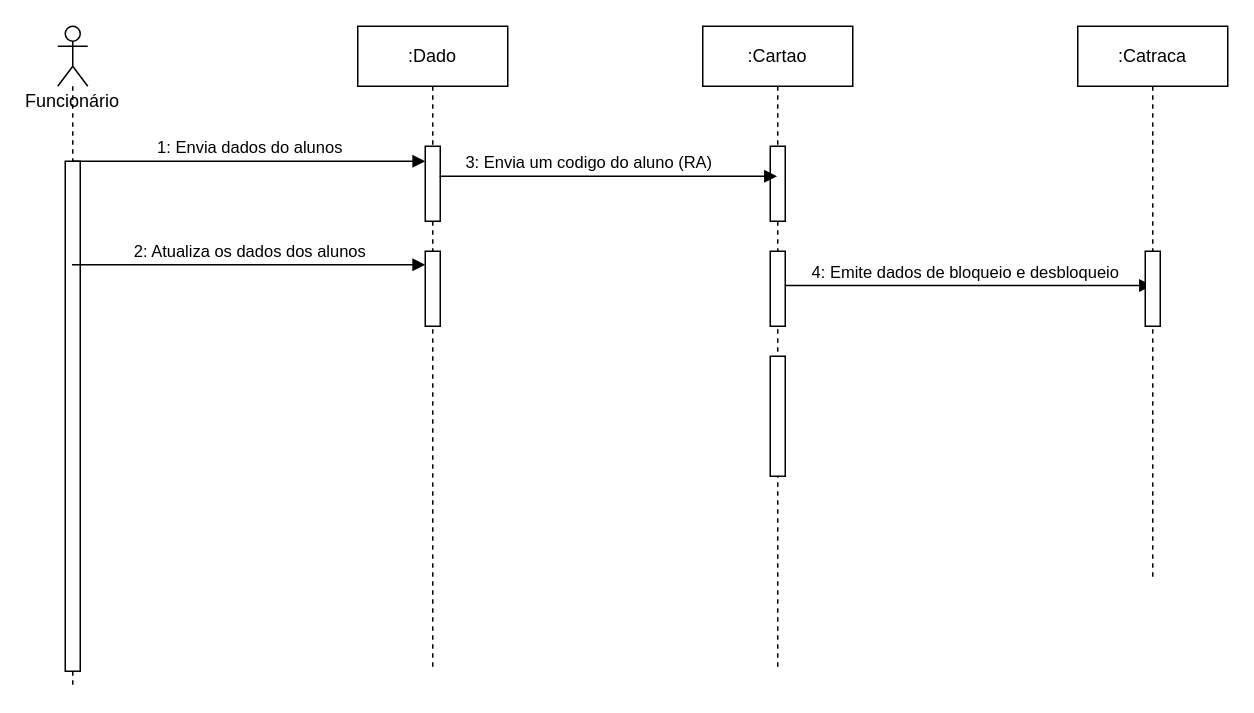
Earlier version of the draw.io diagram AnaliseSistemasII/diagseqcomcatracas.drawio (owlprog-glitch/spiritpro). Source tidied: cells renumbered, new cells numbered last; positions are measured from the earlier drawing's top-left corner, leaving out a move shared by most shapes. Both pictures are drawn from the tidied source at 150%, with x=0, y=0 at pixel (57, 26).
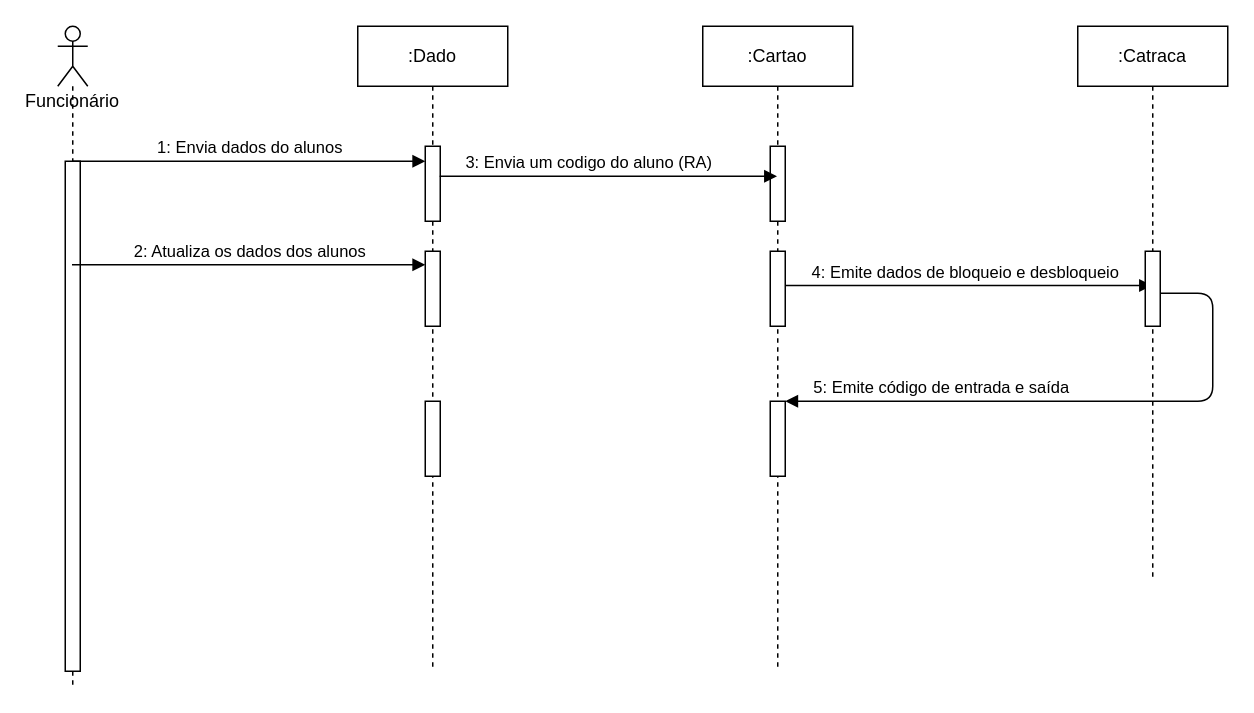
After the change.

The change refers to these unchanged cells:
```xml
<mxCell id="4" value=":Dado" style="shape=umlLifeline;perimeter=lifelinePerimeter;whiteSpace=wrap;html=1;" parent="1" vertex="1">
  <mxGeometry x="200" width="100" height="430" as="geometry" />
</mxCell>
<mxCell id="10" value="&lt;div&gt;:Cartao&lt;/div&gt;" style="shape=umlLifeline;perimeter=lifelinePerimeter;whiteSpace=wrap;html=1;outlineConnect=0;" parent="1" vertex="1">
  <mxGeometry x="430" width="100" height="430" as="geometry" />
</mxCell>
<mxCell id="16" style="html=1;points=[];perimeter=orthogonalPerimeter;" parent="15" vertex="1">
  <mxGeometry x="45" y="150" width="10" height="50" as="geometry" />
</mxCell>
```

What changed in the source:
```diff
@@
+    <mxCell id="17" style="html=1;perimeter=orthogonalPerimeter;" parent="4" vertex="1">
+      <mxGeometry x="45" y="250" width="10" height="50" as="geometry" />
+    </mxCell>
@@
     <mxCell id="13" style="html=1;points=[];perimeter=orthogonalPerimeter;" parent="10" vertex="1">
-      <mxGeometry x="45" y="220" width="10" height="80" as="geometry" />
+      <mxGeometry x="45" y="250" width="10" height="50" as="geometry" />
     </mxCell>
@@
+    <mxCell id="18" value="5: Emite código de entrada e saída" style="html=1;verticalAlign=bottom;endArrow=block;" parent="1" edge="1" source="16" target="13">
+      <mxGeometry x="0.47" relative="1" as="geometry">
+        <Array as="points">
+          <mxPoint x="770" y="178" />
+          <mxPoint x="770" y="250" />
+        </Array>
+      </mxGeometry>
+    </mxCell>
```
